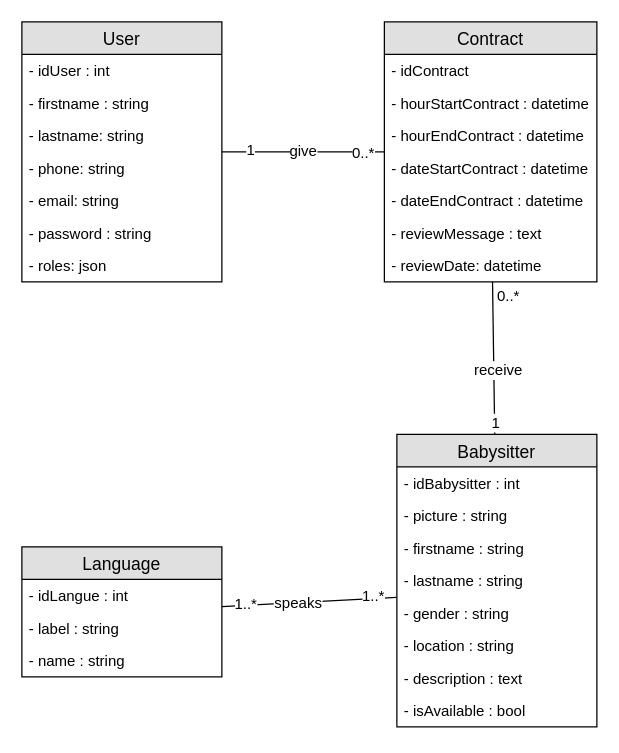
Gracia-M/Symfony-FindYourBabysitter keeps this draw.io diagram as src/Documentation/DiagrammeDeClasses.drawio. Above is the earlier version. Source tidied: cells renumbered, new cells numbered last; positions are measured from the earlier drawing's top-left corner, leaving out a move shared by most shapes. Both pictures are drawn from the tidied source at 125%, with x=0, y=0 at pixel (21, 21).
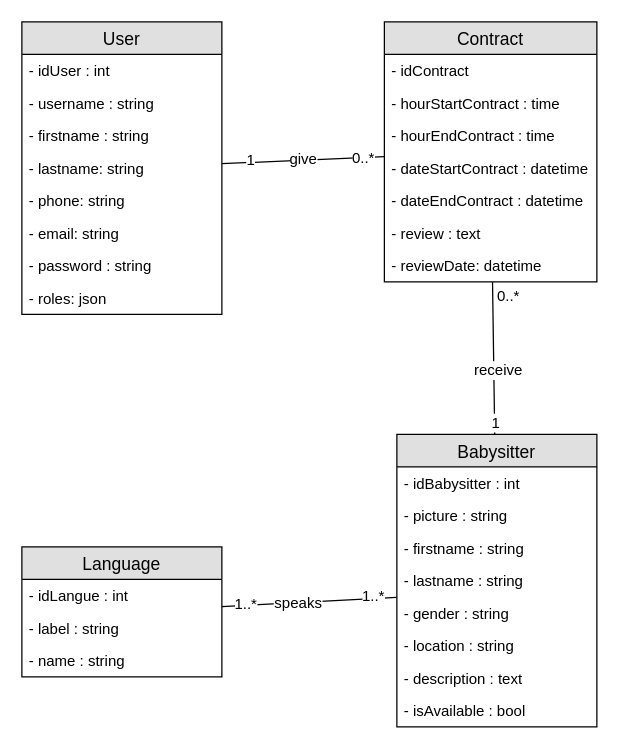
After the change.

The change refers to these unchanged cells:
```xml
<mxCell id="35" value="Contract" style="swimlane;fontStyle=0;horizontal=1;startSize=26;fillColor=#e0e0e0;swimlaneFillColor=#ffffff;align=center;fontSize=14;" parent="1" vertex="1">
  <mxGeometry x="290" width="170" height="208" as="geometry" />
</mxCell>
```

Diff of the diagram source:
```diff
@@
     <mxCell id="2" value="User" style="swimlane;fontStyle=0;horizontal=1;startSize=26;fillColor=#e0e0e0;swimlaneFillColor=#ffffff;align=center;fontSize=14;" parent="1" vertex="1">
-      <mxGeometry width="160" height="208" as="geometry" />
+      <mxGeometry width="160" height="234" as="geometry" />
     </mxCell>
@@
+    <mxCell id="43" value="- username : string" style="text;strokeColor=none;fillColor=none;spacingLeft=4;spacingRight=4;overflow=hidden;fontSize=12;" parent="2" vertex="1">
+      <mxGeometry y="52" width="160" height="26" as="geometry" />
+    </mxCell>
     <mxCell id="4" value="- firstname : string" style="text;strokeColor=none;fillColor=none;spacingLeft=4;spacingRight=4;overflow=hidden;fontSize=12;" parent="2" vertex="1">
-      <mxGeometry y="52" width="160" height="26" as="geometry" />
+      <mxGeometry y="78" width="160" height="26" as="geometry" />
     </mxCell>
     <mxCell id="5" value="- lastname: string" style="text;strokeColor=none;fillColor=none;spacingLeft=4;spacingRight=4;overflow=hidden;fontSize=12;" parent="2" vertex="1">
-      <mxGeometry y="78" width="160" height="26" as="geometry" />
+      <mxGeometry y="104" width="160" height="26" as="geometry" />
     </mxCell>
     <mxCell id="6" value="- phone: string" style="text;strokeColor=none;fillColor=none;spacingLeft=4;spacingRight=4;overflow=hidden;fontSize=12;" parent="2" vertex="1">
-      <mxGeometry y="104" width="160" height="26" as="geometry" />
+      <mxGeometry y="130" width="160" height="26" as="geometry" />
     </mxCell>
     <mxCell id="7" value="- email: string" style="text;strokeColor=none;fillColor=none;spacingLeft=4;spacingRight=4;overflow=hidden;fontSize=12;" parent="2" vertex="1">
-      <mxGeometry y="130" width="160" height="26" as="geometry" />
+      <mxGeometry y="156" width="160" height="26" as="geometry" />
     </mxCell>
     <mxCell id="8" value="- password : string" style="text;strokeColor=none;fillColor=none;spacingLeft=4;spacingRight=4;overflow=hidden;fontSize=12;" parent="2" vertex="1">
-      <mxGeometry y="156" width="160" height="26" as="geometry" />
+      <mxGeometry y="182" width="160" height="26" as="geometry" />
     </mxCell>
     <mxCell id="9" value="- roles: json" style="text;strokeColor=none;fillColor=none;spacingLeft=4;spacingRight=4;overflow=hidden;fontSize=12;" parent="2" vertex="1">
-      <mxGeometry y="182" width="160" height="26" as="geometry" />
+      <mxGeometry y="208" width="160" height="26" as="geometry" />
     </mxCell>
@@
-    <mxCell id="37" value="- hourStartContract : datetime" style="text;strokeColor=none;fillColor=none;spacingLeft=4;spacingRight=4;overflow=hidden;fontSize=12;" parent="35" vertex="1">
+    <mxCell id="37" value="- hourStartContract : time" style="text;strokeColor=none;fillColor=none;spacingLeft=4;spacingRight=4;overflow=hidden;fontSize=12;" parent="35" vertex="1">
       <mxGeometry y="52" width="170" height="26" as="geometry" />
     </mxCell>
-    <mxCell id="38" value="- hourEndContract : datetime" style="text;strokeColor=none;fillColor=none;spacingLeft=4;spacingRight=4;overflow=hidden;fontSize=12;" parent="35" vertex="1">
+    <mxCell id="38" value="- hourEndContract : time" style="text;strokeColor=none;fillColor=none;spacingLeft=4;spacingRight=4;overflow=hidden;fontSize=12;" parent="35" vertex="1">
       <mxGeometry y="78" width="170" height="26" as="geometry" />
     </mxCell>
@@
-    <mxCell id="41" value="- reviewMessage : text" style="text;strokeColor=none;fillColor=none;spacingLeft=4;spacingRight=4;overflow=hidden;fontSize=12;" parent="35" vertex="1">
+    <mxCell id="41" value="- review : text" style="text;strokeColor=none;fillColor=none;spacingLeft=4;spacingRight=4;overflow=hidden;fontSize=12;" parent="35" vertex="1">
       <mxGeometry y="156" width="170" height="26" as="geometry" />
     </mxCell>
```
